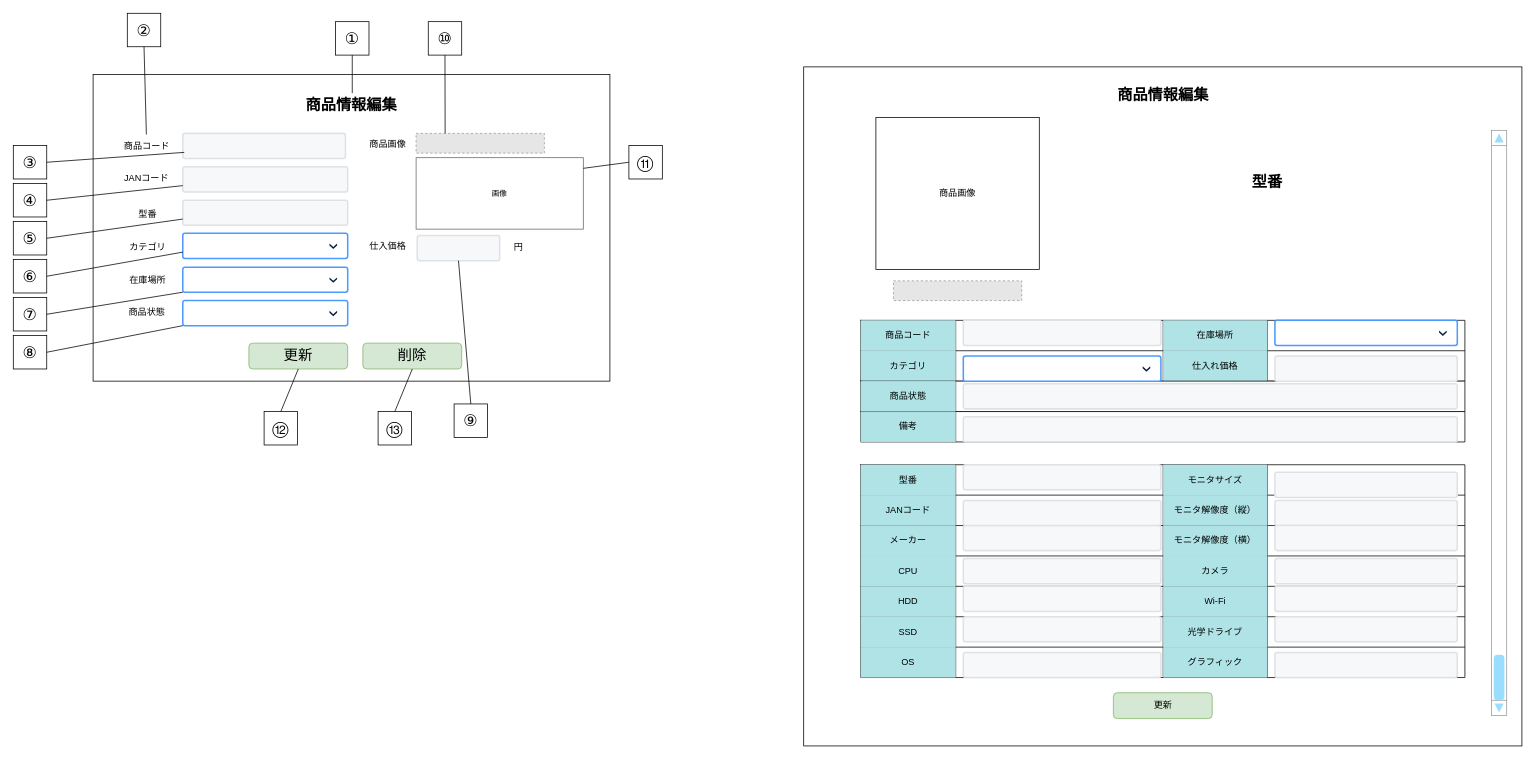
Earlier version of the draw.io diagram page "S03-04 商品情報編集" (4 of 4) of 各種設計書/6.画面設計書/S03_商品マスタ.drawio (HaruShim/Sotuken). Source tidied: cells renumbered, new cells numbered last; positions are measured from the earlier drawing's top-left corner, leaving out a move shared by most shapes. Both pictures are drawn from the tidied source at 76%, with x=0, y=0 at pixel (13, 13). Pictures stored in the file or linked from it are replaced by grey dashed boxes.
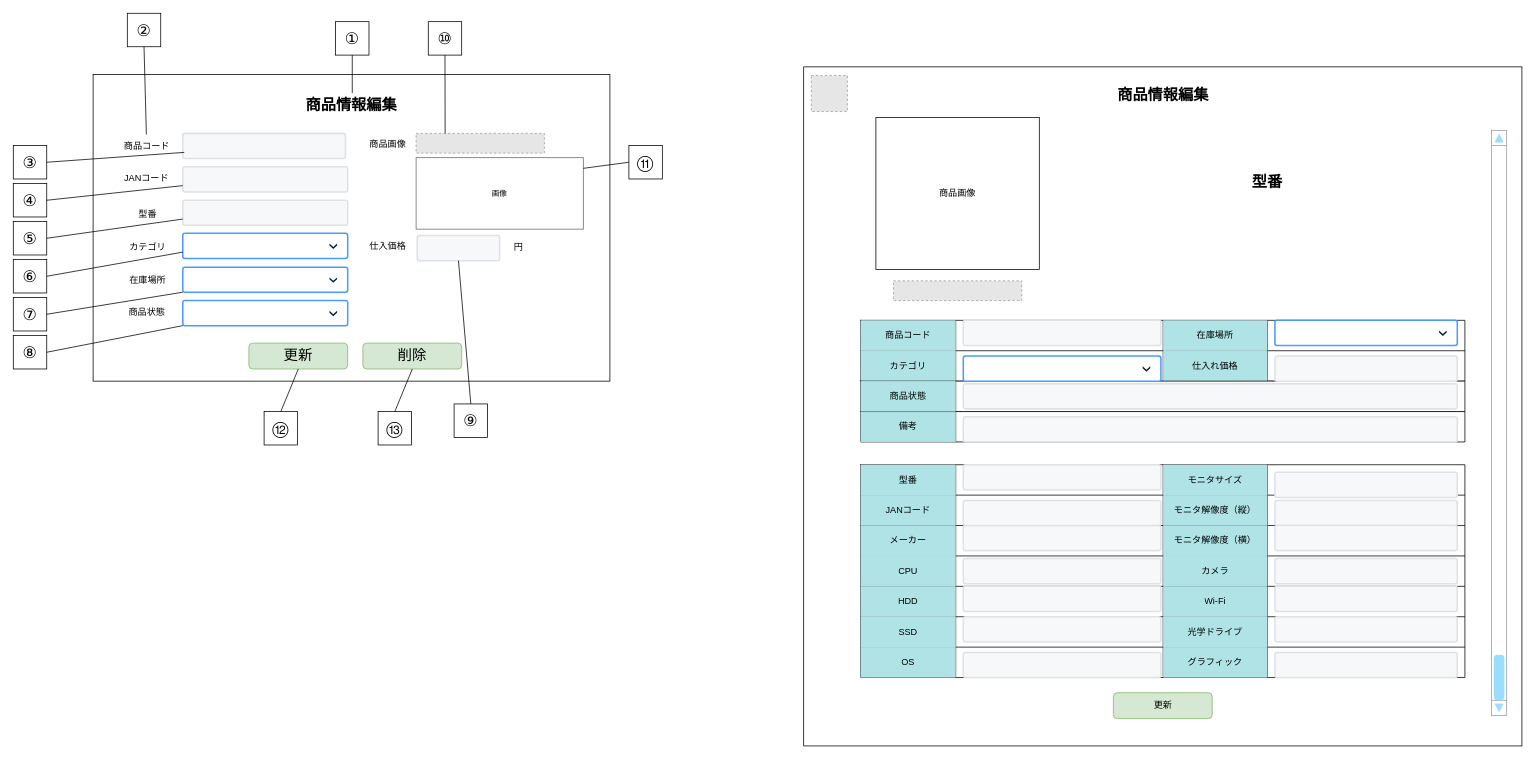
The same diagram, later.

Diff of the diagram source:
```diff
@@
+    <mxCell id="139" style="fillColor=#E6E6E6;strokeColor=#999999;dashed=1;html=1;verticalAlign=top;verticalLabelPosition=bottom;labelBackgroundColor=#ffffff;" parent="1" vertex="1">
+      <mxGeometry x="1050" y="81.8" width="47.5" height="47.5" as="geometry" />
+    </mxCell>
```
